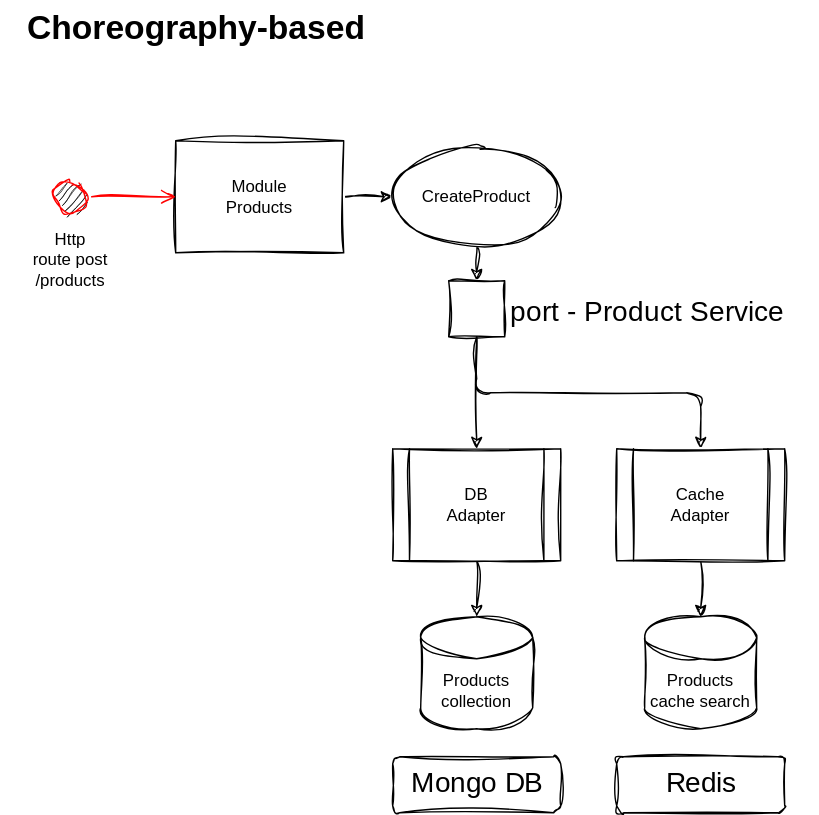
jovicon/nestjs-clean-architecture-event-driven-template keeps this draw.io diagram as _docs/diagrams/use-cases/create-product.drawio.svg. Above is the earlier version. Source tidied: cells renumbered, new cells last; positions are measured from the earlier drawing's top-left corner, leaving out a move shared by most shapes.
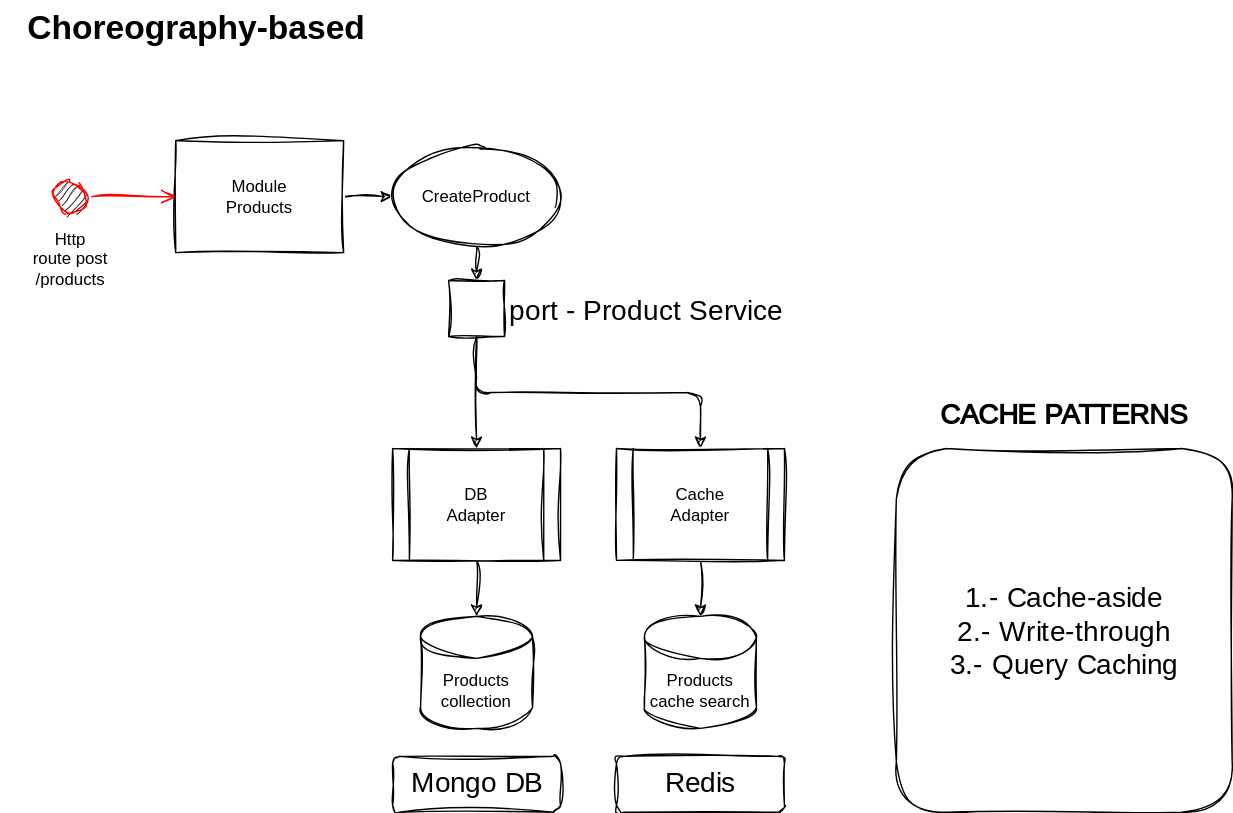
The same diagram one commit later.

Commit message:
added: use cases & patterns to implement

Change to the diagram source:
```diff
@@ -64,5 +64,11 @@
     <mxCell id="20" value="Redis" style="html=1;align=center;verticalAlign=top;rounded=1;absoluteArcSize=1;arcSize=10;dashed=0;sketch=1;hachureGap=4;jiggle=2;curveFitting=1;fontFamily=Architects Daughter;fontSource=https%3A%2F%2Ffonts.googleapis.com%2Fcss%3Ffamily%3DArchitects%2BDaughter;fontSize=20;" parent="1" vertex="1">
       <mxGeometry x="440" y="540" width="120" height="40" as="geometry" />
     </mxCell>
+    <mxCell id="21" value="&lt;b&gt;CACHE PATTERNS&lt;/b&gt;" style="text;html=1;strokeColor=none;fillColor=none;align=center;verticalAlign=middle;whiteSpace=wrap;rounded=0;sketch=1;hachureGap=4;jiggle=2;curveFitting=1;fontFamily=Architects Daughter;fontSource=https%3A%2F%2Ffonts.googleapis.com%2Fcss%3Ffamily%3DArchitects%2BDaughter;fontSize=20;" parent="1" vertex="1">
+      <mxGeometry x="665" y="280" width="190" height="30" as="geometry" />
+    </mxCell>
+    <mxCell id="22" value="1.- Cache-aside&lt;br&gt;2.- Write-through&lt;br&gt;3.- Query Caching" style="rounded=1;whiteSpace=wrap;html=1;sketch=1;hachureGap=4;jiggle=2;curveFitting=1;fontFamily=Architects Daughter;fontSource=https%3A%2F%2Ffonts.googleapis.com%2Fcss%3Ffamily%3DArchitects%2BDaughter;fontSize=20;" parent="1" vertex="1">
+      <mxGeometry x="640" y="320" width="240" height="260" as="geometry" />
+    </mxCell>
   </root>
 </mxGraphModel>
```
